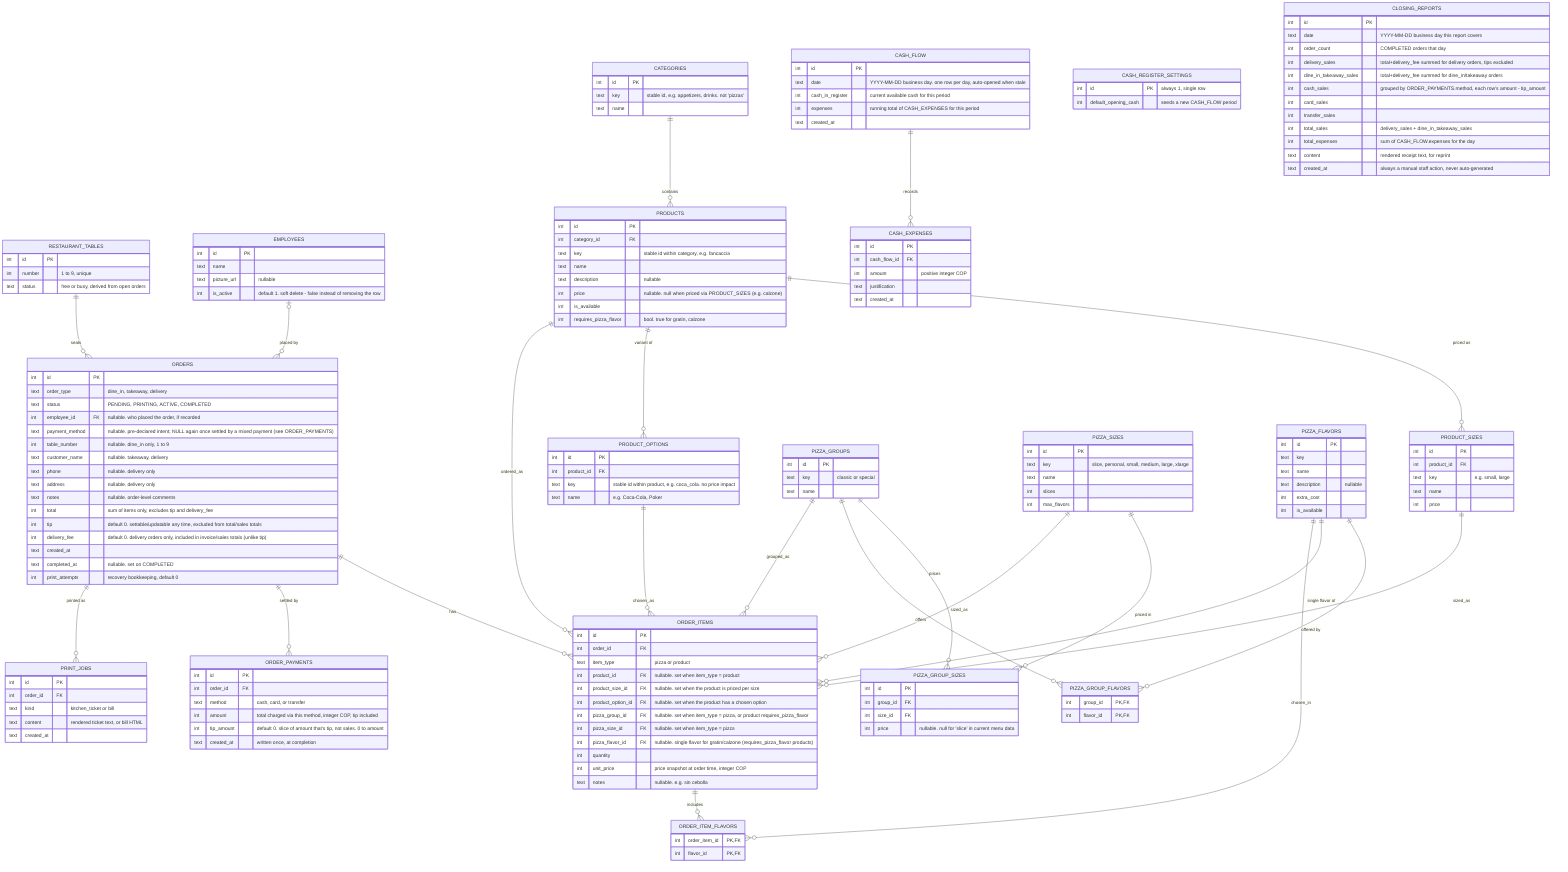
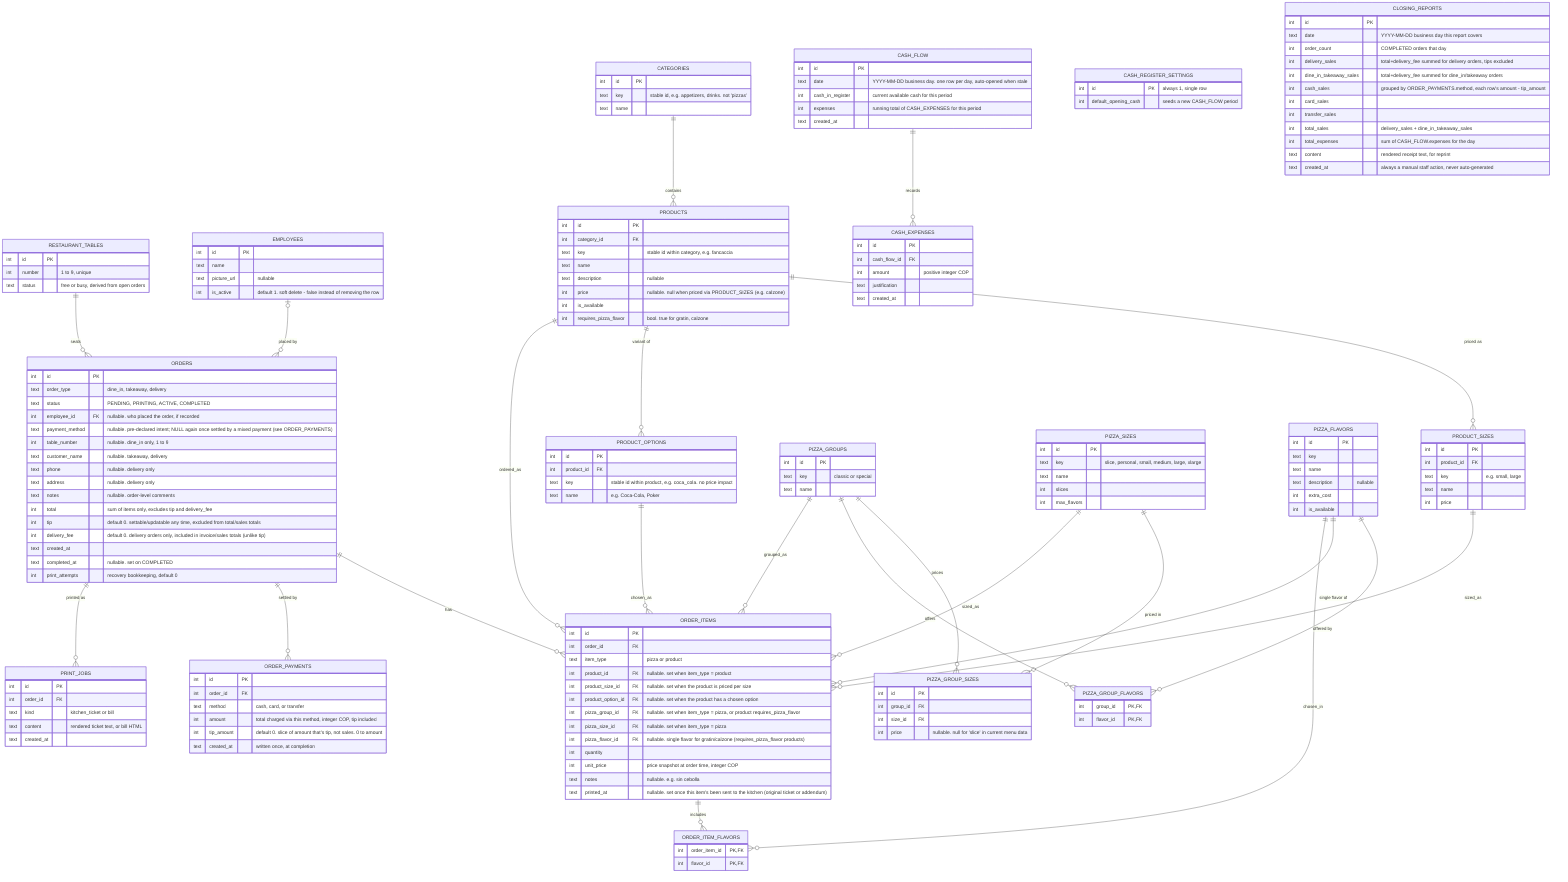
erDiagram
  RESTAURANT_TABLES ||--o{ ORDERS : seats
  EMPLOYEES |o--o{ ORDERS : "placed by"

  CATEGORIES ||--o{ PRODUCTS : contains
  PRODUCTS ||--o{ PRODUCT_SIZES : "priced as"
  PRODUCTS ||--o{ PRODUCT_OPTIONS : "variant of"

  PIZZA_GROUPS ||--o{ PIZZA_GROUP_SIZES : prices
  PIZZA_SIZES ||--o{ PIZZA_GROUP_SIZES : "priced in"
  PIZZA_GROUPS ||--o{ PIZZA_GROUP_FLAVORS : offers
  PIZZA_FLAVORS ||--o{ PIZZA_GROUP_FLAVORS : "offered by"

  ORDERS ||--o{ ORDER_ITEMS : has
  ORDERS ||--o{ ORDER_PAYMENTS : "settled by"
  PRODUCTS ||--o{ ORDER_ITEMS : ordered_as
  PRODUCT_SIZES ||--o{ ORDER_ITEMS : sized_as
  PRODUCT_OPTIONS ||--o{ ORDER_ITEMS : chosen_as
  PIZZA_GROUPS ||--o{ ORDER_ITEMS : grouped_as
  PIZZA_SIZES ||--o{ ORDER_ITEMS : sized_as
  PIZZA_FLAVORS ||--o{ ORDER_ITEMS : "single flavor of"
  ORDER_ITEMS ||--o{ ORDER_ITEM_FLAVORS : includes
  PIZZA_FLAVORS ||--o{ ORDER_ITEM_FLAVORS : chosen_in
  ORDERS ||--o{ PRINT_JOBS : "printed as"

  CASH_FLOW ||--o{ CASH_EXPENSES : records

  RESTAURANT_TABLES {
    int id PK
    int number "1 to 9, unique"
    text status "free or busy, derived from open orders"
  }

  EMPLOYEES {
    int id PK
    text name
    text picture_url "nullable"
    int is_active "default 1. soft delete - false instead of removing the row"
  }

  CATEGORIES {
    int id PK
    text key "stable id, e.g. appetizers, drinks. not 'pizzas'"
    text name
  }
  PRODUCTS {
    int id PK
    int category_id FK
    text key "stable id within category, e.g. fancaccia"
    text name
    text description "nullable"
    int price "nullable. null when priced via PRODUCT_SIZES (e.g. calzone)"
    int is_available
    int requires_pizza_flavor "bool. true for gratin, calzone"
  }
  PRODUCT_SIZES {
    int id PK
    int product_id FK
    text key "e.g. small, large"
    text name
    int price
  }
  PRODUCT_OPTIONS {
    int id PK
    int product_id FK
    text key "stable id within product, e.g. coca_cola. no price impact"
    text name "e.g. Coca-Cola, Poker"
  }

  PIZZA_GROUPS {
    int id PK
    text key "classic or special"
    text name
  }
  PIZZA_SIZES {
    int id PK
    text key "slice, personal, small, medium, large, xlarge"
    text name
    int slices
    int max_flavors
  }
  PIZZA_GROUP_SIZES {
    int id PK
    int group_id FK
    int size_id FK
    int price "nullable. null for 'slice' in current menu data"
  }
  PIZZA_FLAVORS {
    int id PK
    text key
    text name
    text description "nullable"
    int extra_cost
    int is_available
  }
  PIZZA_GROUP_FLAVORS {
    int group_id PK, FK
    int flavor_id PK, FK
  }

  ORDERS {
    int id PK
    text order_type "dine_in, takeaway, delivery"
    text status "PENDING, PRINTING, ACTIVE, COMPLETED"
    int employee_id FK "nullable. who placed the order, if recorded"
    text payment_method "nullable. pre-declared intent; NULL again once settled by a mixed payment (see ORDER_PAYMENTS)"
    int table_number "nullable. dine_in only, 1 to 9"
    text customer_name "nullable. takeaway, delivery"
    text phone "nullable. delivery only"
    text address "nullable. delivery only"
    text notes "nullable. order-level comments"
    int total "sum of items only, excludes tip and delivery_fee"
    int tip "default 0. settable/updatable any time, excluded from total/sales totals"
    int delivery_fee "default 0. delivery orders only, included in invoice/sales totals (unlike tip)"
    text created_at
    text completed_at "nullable. set on COMPLETED"
    int print_attempts "recovery bookkeeping, default 0"
  }
  ORDER_ITEMS {
    int id PK
    int order_id FK
    text item_type "pizza or product"
    int product_id FK "nullable. set when item_type = product"
    int product_size_id FK "nullable. set when the product is priced per size"
    int product_option_id FK "nullable. set when the product has a chosen option"
    int pizza_group_id FK "nullable. set when item_type = pizza, or product requires_pizza_flavor"
    int pizza_size_id FK "nullable. set when item_type = pizza"
    int pizza_flavor_id FK "nullable. single flavor for gratin/calzone (requires_pizza_flavor products)"
    int quantity
    int unit_price "price snapshot at order time, integer COP"
    text notes "nullable. e.g. sin cebolla"
+     text printed_at "nullable. set once this item's been sent to the kitchen (original ticket or addendum)"
  }
  ORDER_ITEM_FLAVORS {
    int order_item_id PK, FK
    int flavor_id PK, FK
  }

  ORDER_PAYMENTS {
    int id PK
    int order_id FK
    text method "cash, card, or transfer"
    int amount "total charged via this method, integer COP, tip included"
    int tip_amount "default 0. slice of amount that's tip, not sales. 0 to amount"
    text created_at "written once, at completion"
  }

  PRINT_JOBS {
    int id PK
    int order_id FK
    text kind "kitchen_ticket or bill"
    text content "rendered ticket text, or bill HTML"
    text created_at
  }

  CASH_REGISTER_SETTINGS {
    int id PK "always 1, single row"
    int default_opening_cash "seeds a new CASH_FLOW period"
  }
  CASH_FLOW {
    int id PK
    text date "YYYY-MM-DD business day. one row per day, auto-opened when stale"
    int cash_in_register "current available cash for this period"
    int expenses "running total of CASH_EXPENSES for this period"
    text created_at
  }
  CASH_EXPENSES {
    int id PK
    int cash_flow_id FK
    int amount "positive integer COP"
    text justification
    text created_at
  }

  CLOSING_REPORTS {
    int id PK
    text date "YYYY-MM-DD business day this report covers"
    int order_count "COMPLETED orders that day"
    int delivery_sales "total+delivery_fee summed for delivery orders, tips excluded"
    int dine_in_takeaway_sales "total+delivery_fee summed for dine_in/takeaway orders"
    int cash_sales "grouped by ORDER_PAYMENTS.method, each row's amount - tip_amount"
    int card_sales
    int transfer_sales
    int total_sales "delivery_sales + dine_in_takeaway_sales"
    int total_expenses "sum of CASH_FLOW.expenses for the day"
    text content "rendered receipt text, for reprint"
    text created_at "always a manual staff action, never auto-generated"
  }
